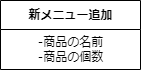
This is psp4/クラス図/クラス図_新メニュー追加.drawio.png from MasakiHiguchi/---, a draw.io export, as it was before one commit. Source tidied: cells renumbered, new cells last; positions are measured from the earlier drawing's top-left corner, leaving out a move shared by most shapes.
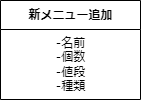
The same diagram one commit later.

What changed in the source:
```diff
@@ -3,10 +3,10 @@
     <mxCell id="0" />
     <mxCell id="1" parent="0" />
     <mxCell id="2" value="新メニュー追加" style="swimlane;fontStyle=1;align=center;verticalAlign=middle;horizontal=1;startSize=29;html=1;" parent="1" vertex="1">
-      <mxGeometry width="140" height="69" as="geometry" />
+      <mxGeometry width="140" height="99" as="geometry" />
     </mxCell>
-    <mxCell id="3" value="‐商品の名前&lt;br&gt;‐商品の個数&lt;br&gt;" style="text;html=1;align=center;verticalAlign=middle;strokeColor=none;fillColor=none;" parent="2" vertex="1">
-      <mxGeometry y="29" width="140" height="40" as="geometry" />
+    <mxCell id="3" value="‐名前&lt;br&gt;‐個数&lt;br&gt;‐値段&lt;br&gt;‐種類" style="text;html=1;align=center;verticalAlign=middle;strokeColor=none;fillColor=none;" parent="2" vertex="1">
+      <mxGeometry y="29" width="140" height="70" as="geometry" />
     </mxCell>
   </root>
 </mxGraphModel>
```
